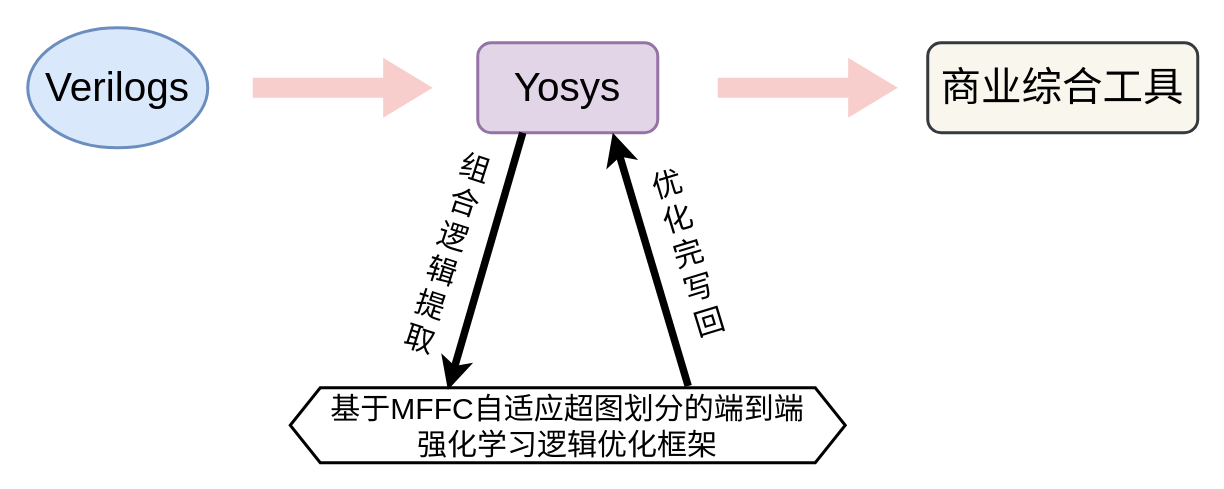
This is page "第 9 页" (9 of 11) of figs/figs.drawio from phyzhenli/phc-thesis, a draw.io file, before an edit. Source tidied: cells renumbered, new cells numbered last; positions are measured from the earlier drawing's top-left corner, leaving out a move shared by most shapes. Both pictures are drawn from the tidied source at 150%, with x=0, y=0 at pixel (27, 27).
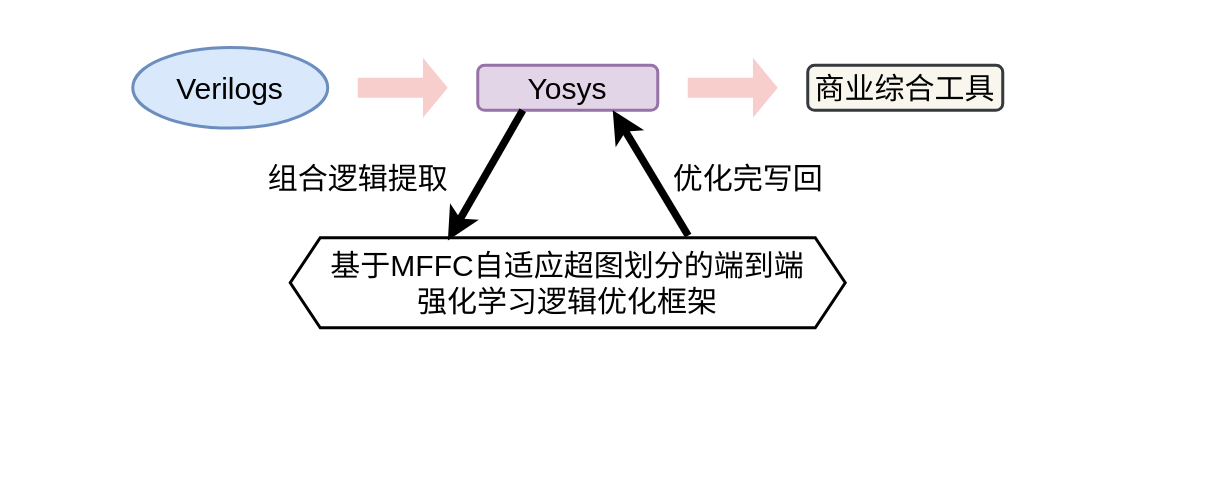
The same diagram, later.

Diff of the diagram source:
```diff
@@
 <mxGraphModel>
   <root>
     <mxCell id="0" />
     <mxCell id="1" parent="0" />
-    <mxCell id="2" value="&lt;font style=&quot;font-size: 27px;&quot;&gt;Yosys&lt;/font&gt;" style="rounded=1;whiteSpace=wrap;html=1;strokeWidth=2;fillColor=#e1d5e7;strokeColor=#9673a6;" parent="1" vertex="1">
-      <mxGeometry x="300" y="10" width="120" height="60" as="geometry" />
+    <mxCell id="2" value="&lt;font style=&quot;font-size: 20px;&quot;&gt;Yosys&lt;/font&gt;" style="rounded=1;whiteSpace=wrap;html=1;strokeWidth=2;fillColor=#e1d5e7;strokeColor=#9673a6;" parent="1" vertex="1">
+      <mxGeometry x="300" y="25" width="120" height="30" as="geometry" />
     </mxCell>
-    <mxCell id="3" value="&lt;font style=&quot;font-size: 27px;&quot;&gt;Verilogs&lt;/font&gt;" style="ellipse;whiteSpace=wrap;html=1;strokeWidth=2;fillColor=#dae8fc;strokeColor=#6c8ebf;" parent="1" vertex="1">
-      <mxGeometry width="120" height="80" as="geometry" />
+    <mxCell id="3" value="&lt;font style=&quot;font-size: 20px;&quot;&gt;Verilogs&lt;/font&gt;" style="ellipse;whiteSpace=wrap;html=1;strokeWidth=2;fillColor=#dae8fc;strokeColor=#6c8ebf;" parent="1" vertex="1">
+      <mxGeometry x="70" y="13.1" width="130" height="53.8" as="geometry" />
     </mxCell>
     <mxCell id="4" value="&lt;font style=&quot;font-size: 20px;&quot;&gt;基于MFFC自适应超图划分的端到端&lt;br&gt;强化学习逻辑优化框架&lt;/font&gt;" style="shape=hexagon;perimeter=hexagonPerimeter2;whiteSpace=wrap;html=1;fixedSize=1;strokeWidth=2;" parent="1" vertex="1">
-      <mxGeometry x="175" y="240" width="370" height="50" as="geometry" />
+      <mxGeometry x="175" y="140" width="370" height="60" as="geometry" />
     </mxCell>
-    <mxCell id="5" value="&lt;font style=&quot;font-size: 27px;&quot;&gt;商业综合工具&lt;/font&gt;" style="rounded=1;whiteSpace=wrap;html=1;strokeWidth=2;fillColor=#f9f7ed;strokeColor=#36393d;" parent="1" vertex="1">
-      <mxGeometry x="600" y="10" width="180" height="60" as="geometry" />
+    <mxCell id="5" value="&lt;font style=&quot;font-size: 20px;&quot;&gt;商业综合工具&lt;/font&gt;" style="rounded=1;whiteSpace=wrap;html=1;strokeWidth=2;fillColor=#f9f7ed;strokeColor=#36393d;" parent="1" vertex="1">
+      <mxGeometry x="520" y="25" width="130" height="30" as="geometry" />
     </mxCell>
     <mxCell id="6" style="shape=singleArrow;whiteSpace=wrap;html=1;arrowWidth=0.32993864836516307;arrowSize=0.275514371895496;fillColor=#f8cecc;strokeColor=none;" parent="1" vertex="1">
-      <mxGeometry x="150" y="20" width="120" height="40" as="geometry" />
+      <mxGeometry x="220" y="20" width="60" height="40" as="geometry" />
     </mxCell>
-    <mxCell id="7" style="shape=singleArrow;whiteSpace=wrap;html=1;arrowWidth=0.32993864836516307;arrowSize=0.275514371895496;fillColor=#f8cecc;strokeColor=none;" parent="1" vertex="1">
-      <mxGeometry x="460" y="20" width="120" height="40" as="geometry" />
-    </mxCell>
     <mxCell id="8" style="rounded=0;jettySize=auto;html=1;exitX=0.25;exitY=1;exitDx=0;exitDy=0;entryX=0.284;entryY=0.029;entryDx=0;entryDy=0;entryPerimeter=0;strokeWidth=5;" parent="1" edge="1" source="2" target="4">
       <mxGeometry relative="1" as="geometry" />
     </mxCell>
     <mxCell id="9" style="rounded=0;jettySize=auto;html=1;exitX=0.717;exitY=-0.023;exitDx=0;exitDy=0;entryX=0.75;entryY=1;entryDx=0;entryDy=0;exitPerimeter=0;strokeWidth=5;" parent="1" edge="1" source="4" target="2">
       <mxGeometry relative="1" as="geometry" />
     </mxCell>
-    <mxCell id="10" value="&lt;font style=&quot;font-size: 20px;&quot;&gt;组&lt;br&gt;合&lt;br&gt;逻&lt;br&gt;辑&lt;br&gt;提&lt;br&gt;取&lt;/font&gt;" style="text;html=1;align=center;verticalAlign=middle;strokeColor=none;fillColor=none;rotation=18;" parent="1" vertex="1">
-      <mxGeometry x="260" y="70" width="40" height="160" as="geometry" />
+    <mxCell id="10" value="&lt;font style=&quot;font-size: 20px;&quot;&gt;组合逻辑提取&lt;/font&gt;" style="text;html=1;align=center;verticalAlign=middle;strokeColor=none;fillColor=none;rotation=0;" parent="1" vertex="1">
+      <mxGeometry x="150" y="80" width="140" height="40" as="geometry" />
     </mxCell>
-    <mxCell id="11" value="&lt;font style=&quot;font-size: 20px;&quot;&gt;优&lt;br&gt;化&lt;br&gt;完&lt;br&gt;写&lt;br&gt;回&lt;/font&gt;&lt;span style=&quot;font-size: 20px;&quot;&gt;&lt;br&gt;&lt;/span&gt;" style="text;html=1;align=center;verticalAlign=middle;strokeColor=none;fillColor=none;rotation=343;" parent="1" vertex="1">
-      <mxGeometry x="420" y="85" width="40" height="130" as="geometry" />
+    <mxCell id="11" value="&lt;font style=&quot;font-size: 20px;&quot;&gt;优化完写回&lt;/font&gt;&lt;span style=&quot;font-size: 20px;&quot;&gt;&lt;br&gt;&lt;/span&gt;" style="text;html=1;align=center;verticalAlign=middle;strokeColor=none;fillColor=none;rotation=0;" parent="1" vertex="1">
+      <mxGeometry x="420" y="80" width="120" height="40" as="geometry" />
     </mxCell>
+    <mxCell id="12" style="shape=singleArrow;whiteSpace=wrap;html=1;arrowWidth=0.32993864836516307;arrowSize=0.275514371895496;fillColor=#f8cecc;strokeColor=none;" parent="1" vertex="1">
+      <mxGeometry x="440" y="20" width="60" height="40" as="geometry" />
+    </mxCell>
   </root>
 </mxGraphModel>
```
